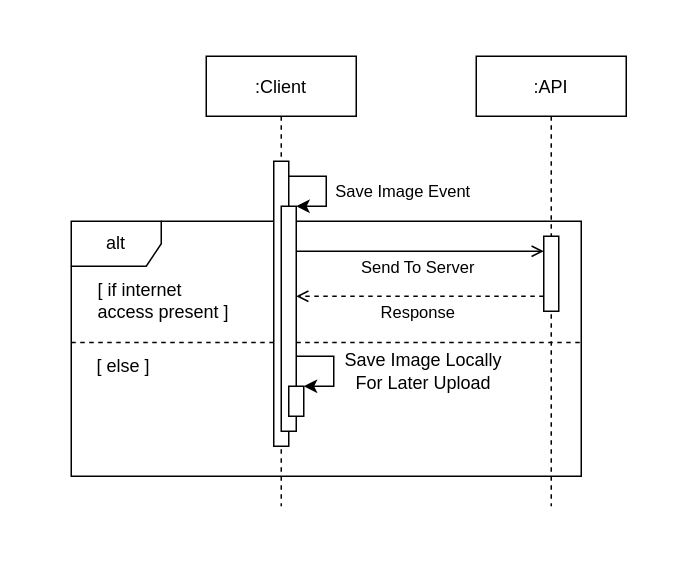
jgalminas/nma keeps this draw.io diagram as Project Docs/Diagrams/Save Image Sequence Diagrams/Client/Save Image Sequence Diagram (Client)(Source).drawio. Above is the earlier version. Source tidied: cells renumbered, new cells numbered last; positions are measured from the earlier drawing's top-left corner, leaving out a move shared by most shapes. Both pictures are drawn from the tidied source at 150%, with x=0, y=0 at pixel (70, 56).
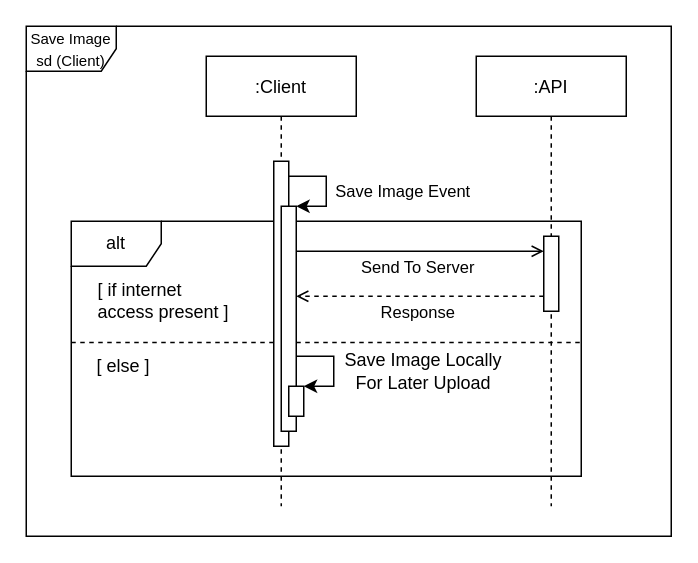
After the change.

Commit message (it also covers changes not shown here):
Updated Both Save Image Sequence Diagrams

What changed in the source:
```diff
@@
+    <mxCell id="21" value="&lt;font style=&quot;font-size: 10px&quot;&gt;Save Image sd (Client)&lt;/font&gt;" style="shape=umlFrame;whiteSpace=wrap;html=1;" parent="1" vertex="1">
+      <mxGeometry x="-30" y="-20" width="430" height="340" as="geometry" />
+    </mxCell>
```
